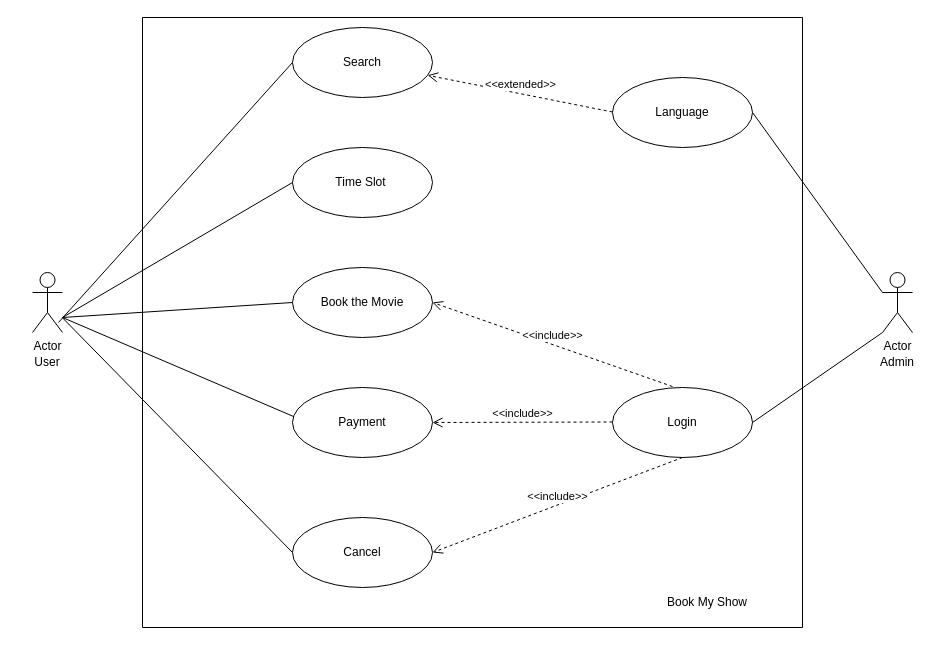
Before: BookMyShow.drawio in nikhilsoftwareboy/Draw.io, a draw.io diagram. Source tidied: cells renumbered, new cells numbered last; positions are measured from the earlier drawing's top-left corner, leaving out a move shared by most shapes. Both pictures are drawn from the tidied source at 100%, with x=0, y=0 at pixel (17, 17).
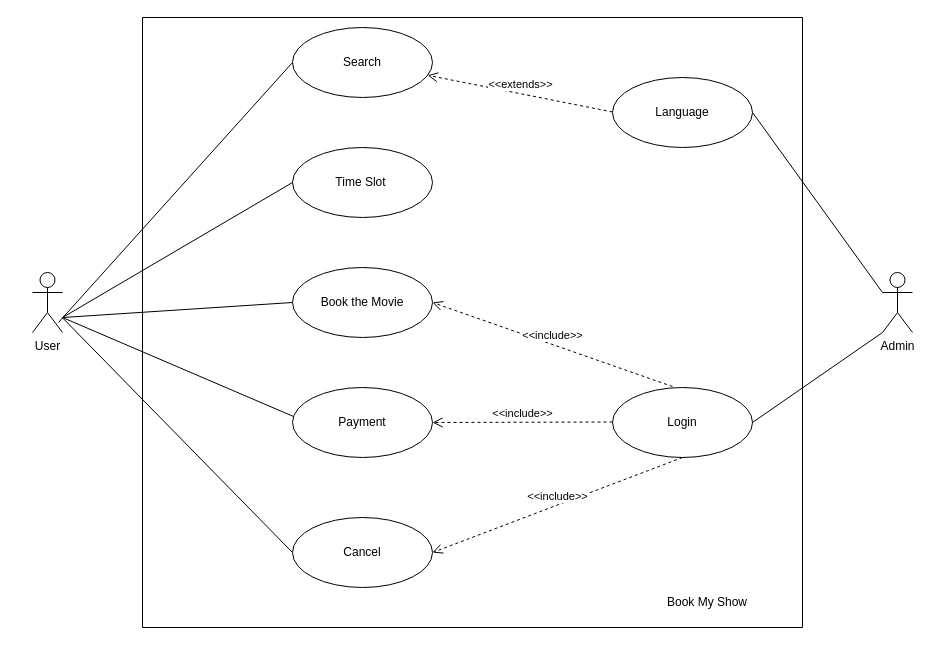
After the change.

Unchanged cells that the change refers to:
```xml
<mxCell id="3" value="Search" style="ellipse;whiteSpace=wrap;html=1;" parent="1" vertex="1">
  <mxGeometry x="275" y="10" width="140" height="70" as="geometry" />
</mxCell>
```

Diff of the diagram source:
```diff
@@
-    <mxCell id="2" value="Actor" style="shape=umlActor;verticalLabelPosition=bottom;verticalAlign=top;html=1;" parent="1" vertex="1">
+    <mxCell id="2" value="User" style="shape=umlActor;verticalLabelPosition=bottom;verticalAlign=top;html=1;" parent="1" vertex="1">
       <mxGeometry x="15" y="255" width="30" height="60" as="geometry" />
     </mxCell>
@@
-    <mxCell id="10" value="Actor" style="shape=umlActor;verticalLabelPosition=bottom;verticalAlign=top;html=1;" parent="1" vertex="1">
+    <mxCell id="10" value="&lt;span style=&quot;text-wrap: wrap;&quot;&gt;Admin&lt;/span&gt;" style="shape=umlActor;verticalLabelPosition=bottom;verticalAlign=top;html=1;" parent="1" vertex="1">
       <mxGeometry x="865" y="255" width="30" height="60" as="geometry" />
     </mxCell>
@@
-    <mxCell id="20" value="&amp;lt;&amp;lt;extended&amp;gt;&amp;gt;" style="html=1;verticalAlign=bottom;endArrow=open;dashed=1;endSize=8;curved=0;rounded=0;" parent="1" edge="1" target="3">
+    <mxCell id="20" value="&amp;lt;&amp;lt;extends&amp;gt;&amp;gt;" style="html=1;verticalAlign=bottom;endArrow=open;dashed=1;endSize=8;curved=0;rounded=0;" parent="1" edge="1" target="3">
       <mxGeometry relative="1" as="geometry">
         <mxPoint x="595" y="94.5" as="sourcePoint" />
       </mxGeometry>
     </mxCell>
@@
-    <mxCell id="25" value="User" style="text;html=1;align=center;verticalAlign=middle;whiteSpace=wrap;rounded=0;" parent="1" vertex="1">
-      <mxGeometry y="330" width="60" height="30" as="geometry" />
-    </mxCell>
-    <mxCell id="26" value="Admin" style="text;html=1;align=center;verticalAlign=middle;whiteSpace=wrap;rounded=0;" parent="1" vertex="1">
-      <mxGeometry x="850" y="330" width="60" height="30" as="geometry" />
-    </mxCell>
```
